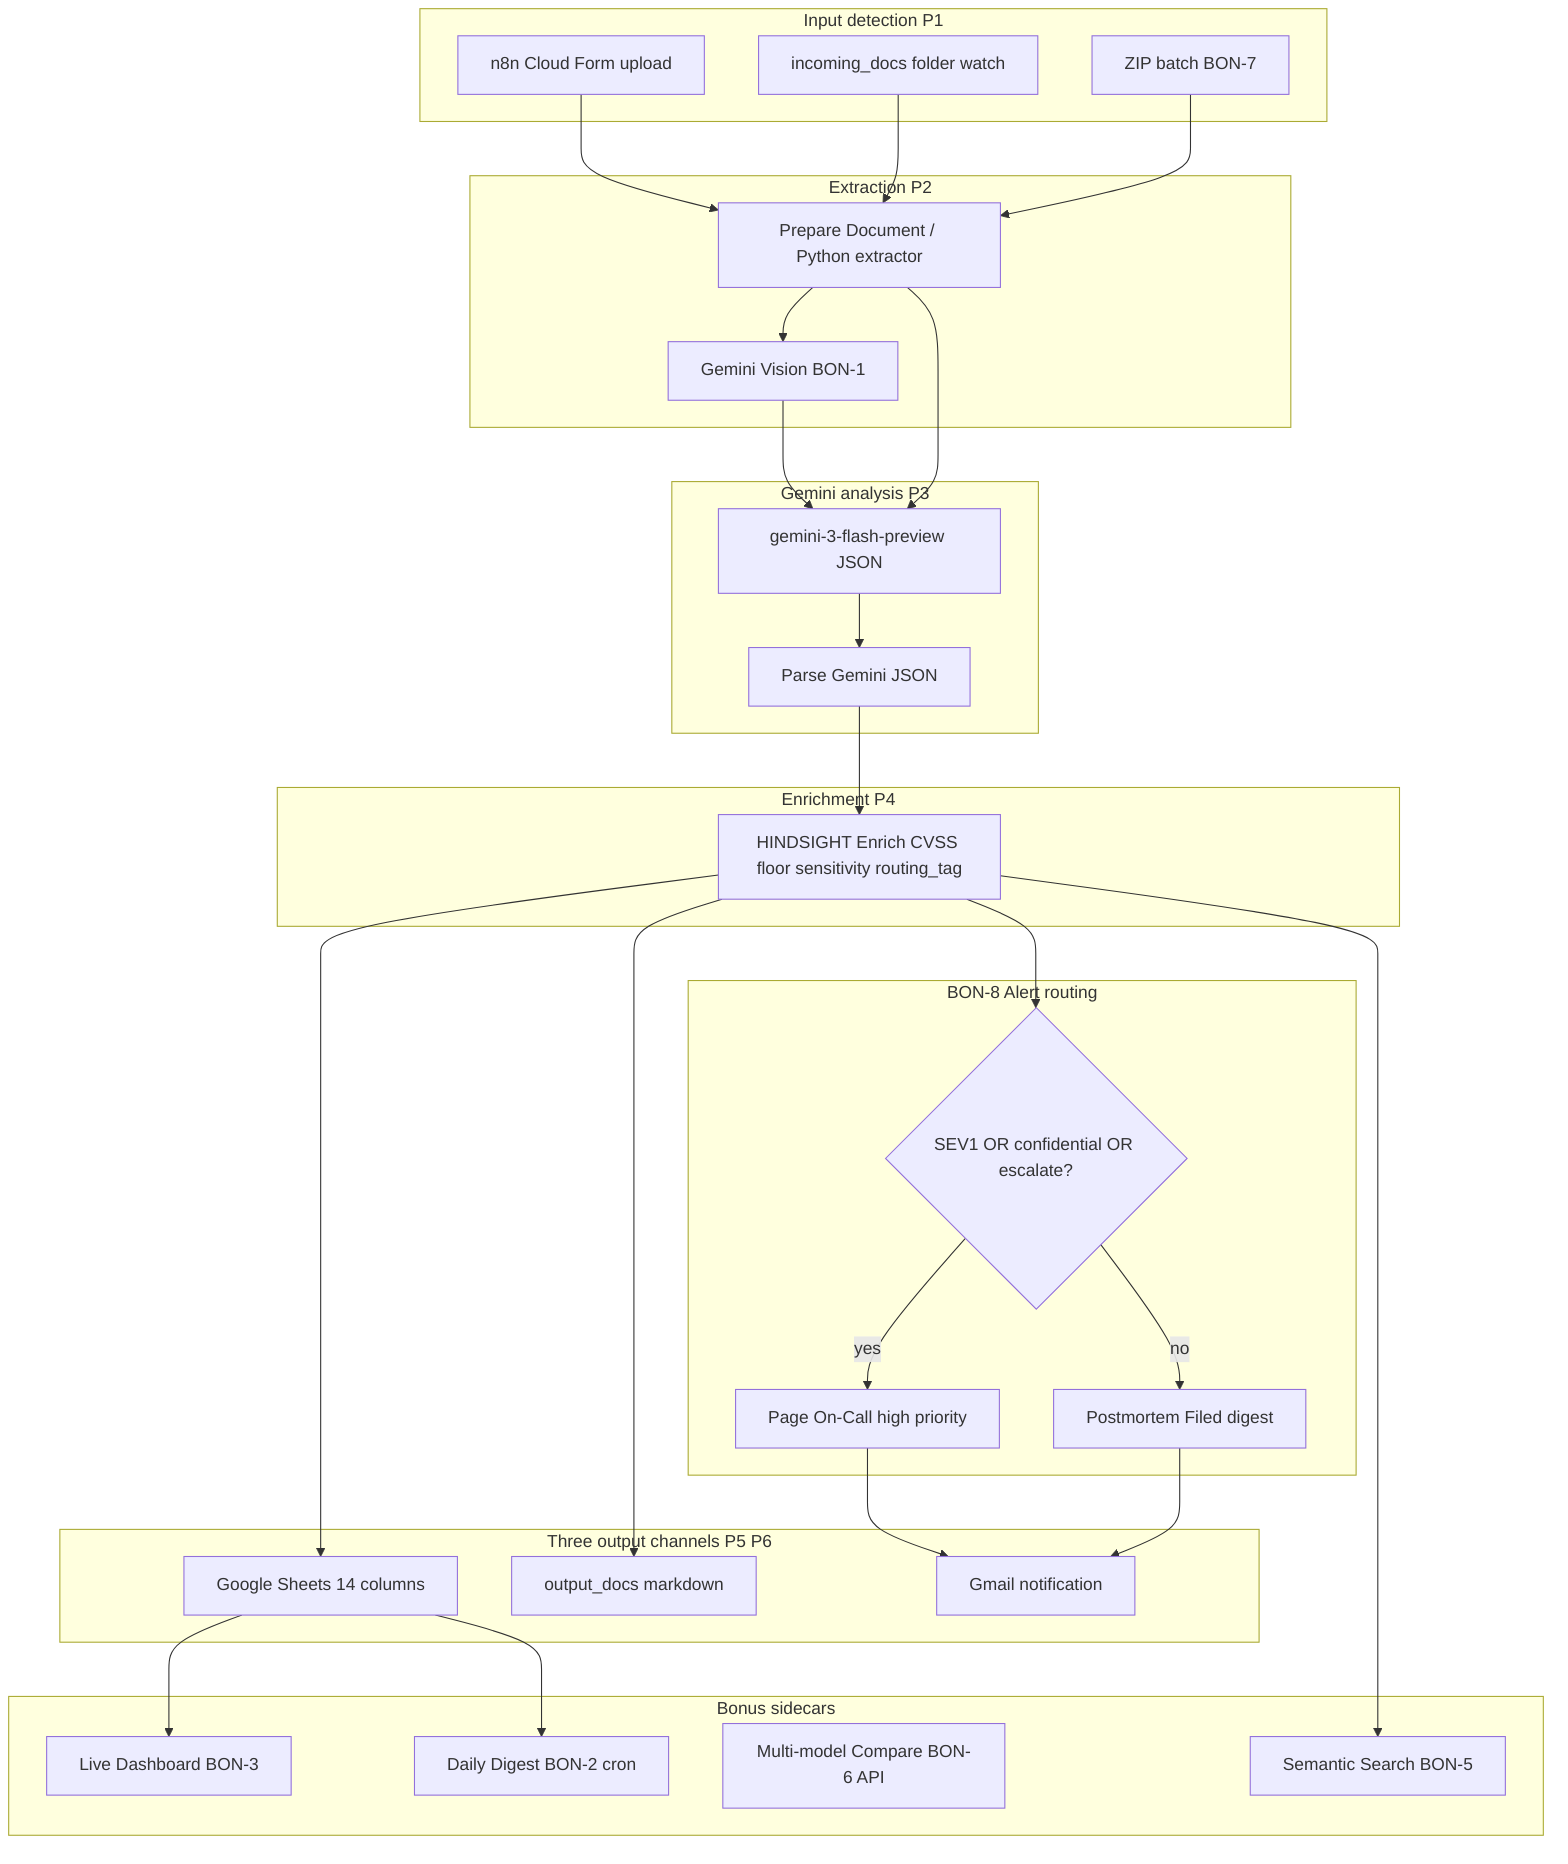
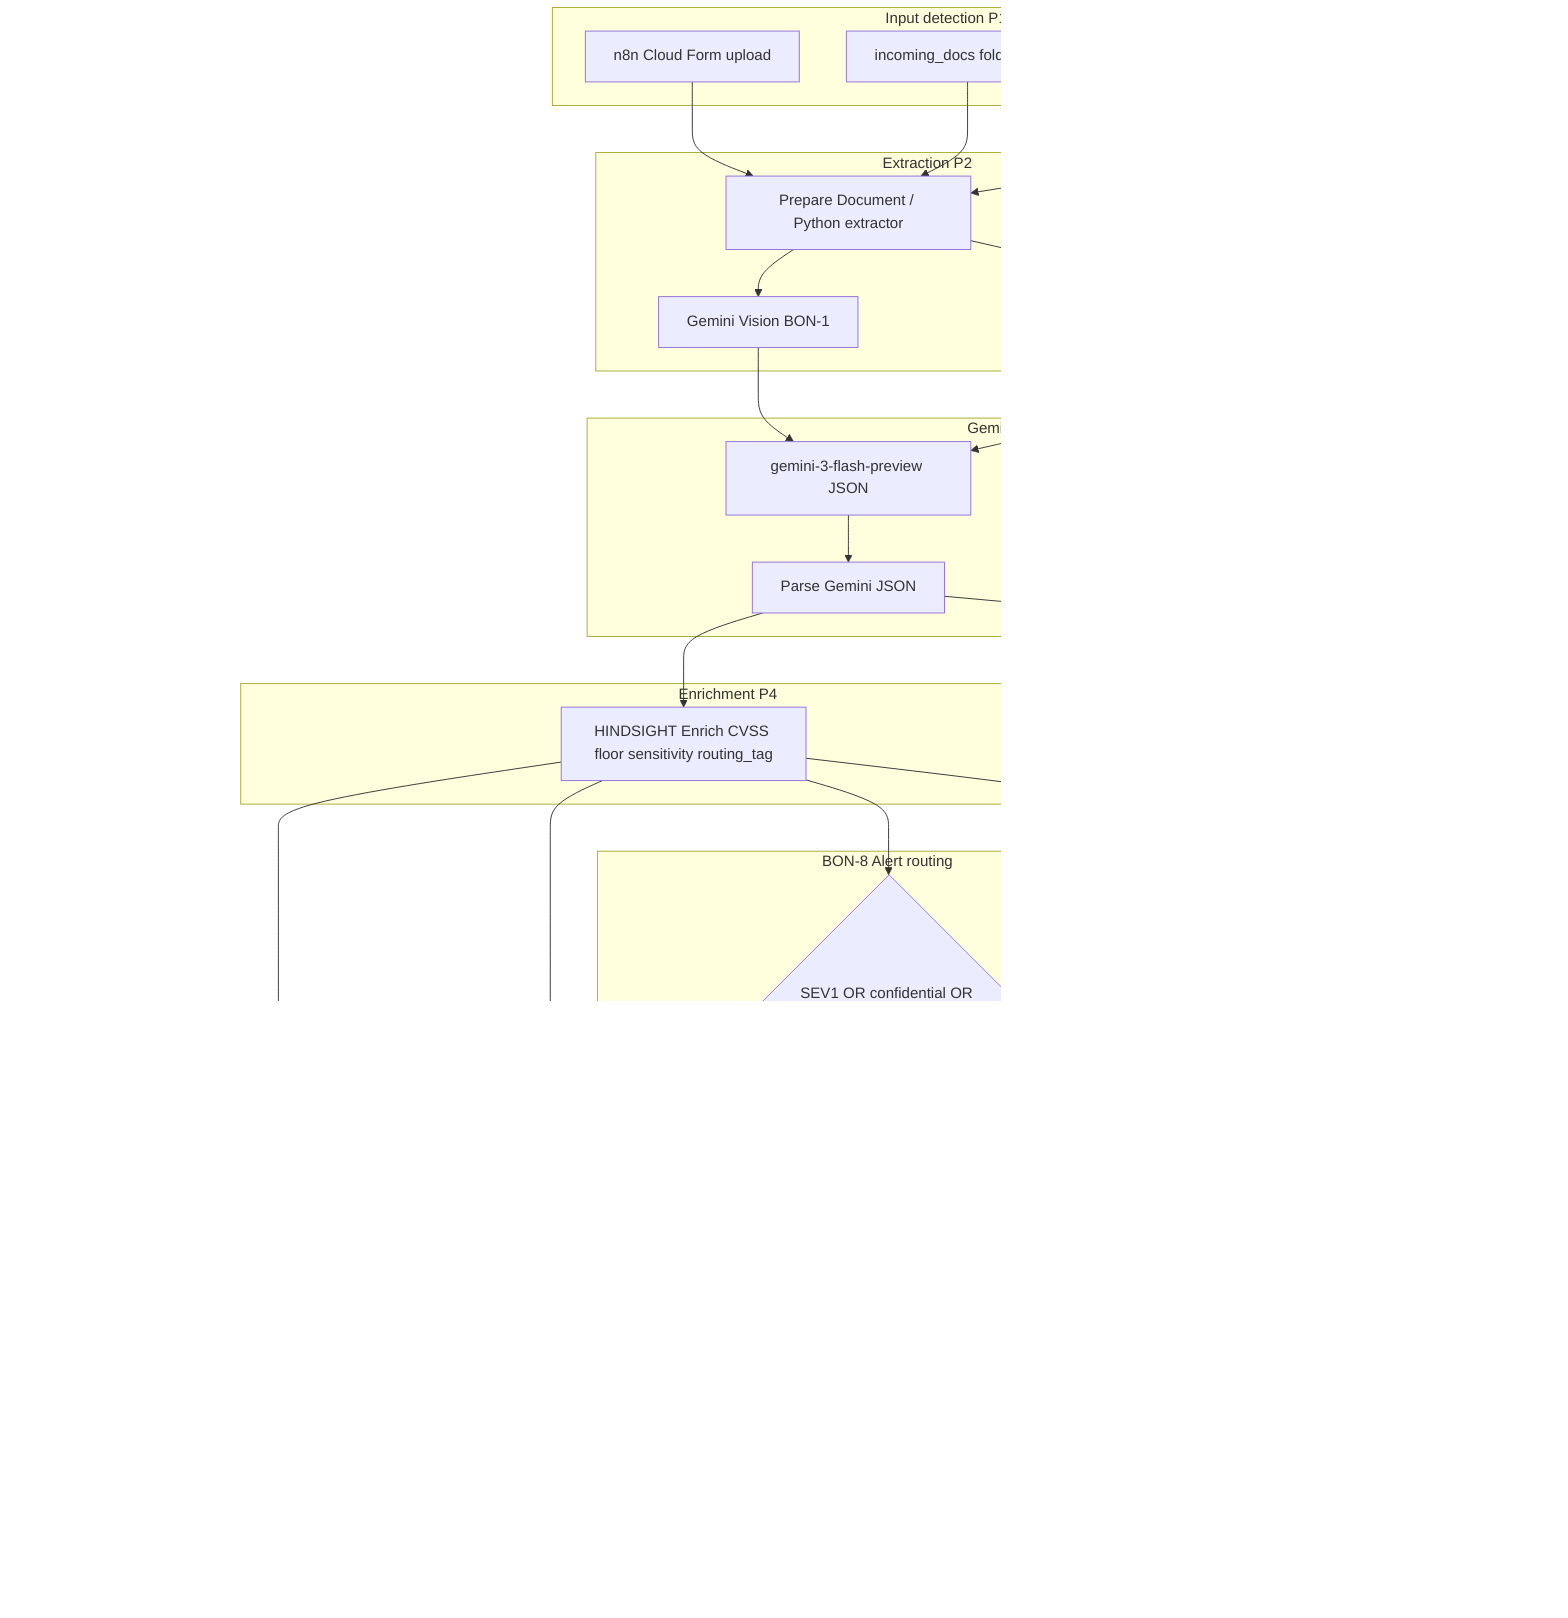
flowchart TB
  subgraph input [Input detection P1]
    CloudForm[n8n Cloud Form upload]
    LocalWatch[incoming_docs folder watch]
    ZipBatch[ZIP batch BON-7]
  end
  subgraph extract [Extraction P2]
    Prepare[Prepare Document / Python extractor]
    Vision[Gemini Vision BON-1]
  end
  subgraph analyze [Gemini analysis P3]
    Flash[gemini-3-flash-preview JSON]
    Parse[Parse Gemini JSON]
+   end
+   subgraph compare6 [Multi-model Compare BON-6 non-blocking]
+     ProExtract[Gemini Extract Pro gemini-3.1-pro-preview]
+     ParsePro[Parse Gemini Pro]
+     Compare[Compare Models Flash vs Pro]
  end
  subgraph decide [Enrichment P4]
    Enrich[HINDSIGHT Enrich CVSS floor sensitivity routing_tag]
  end
  subgraph outputs [Three output channels P5 P6]
    Sheets[Google Sheets 14 columns]
    Files[output_docs markdown]
    Gmail[Gmail notification]
  end
  subgraph alert [BON-8 Alert routing]
    IF{SEV1 OR confidential OR escalate?}
    Page[Page On-Call high priority]
    Digest[Postmortem Filed digest]
  end
  subgraph bonus [Bonus sidecars]
    Dash[Live Dashboard BON-3]
    Search[Semantic Search BON-5]
-     Compare[Multi-model Compare BON-6 API]
    Daily[Daily Digest BON-2 cron]
  end
  CloudForm --> Prepare
  ZipBatch --> Prepare
  LocalWatch --> Prepare
  Prepare --> Vision
  Prepare --> Flash
  Vision --> Flash
  Flash --> Parse --> Enrich
+   Parse --> ProExtract --> ParsePro --> Compare
  Enrich --> Sheets
  Enrich --> Files
  Enrich --> IF
  IF -->|yes| Page
  IF -->|no| Digest
  Page --> Gmail
  Digest --> Gmail
  Sheets --> Dash
  Enrich --> Search
  Sheets --> Daily
